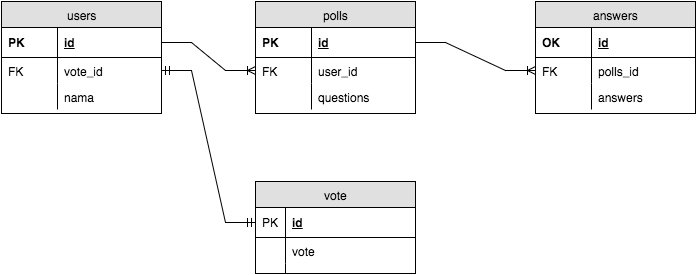
Above: polling_schema.png in blanford-fox-2016/schema-polling (draw.io), before the change. Source tidied: cells renumbered, new cells last; positions are measured from the earlier drawing's top-left corner, leaving out a move shared by most shapes. Its diagram source:
```xml
<mxGraphModel background="#ffffff">
  <root>
    <mxCell id="0" />
    <mxCell id="1" parent="0" />
    <mxCell id="2" value="users" style="swimlane;html=1;fontStyle=0;horizontal=1;startSize=26;fillColor=#e0e0e0;swimlaneFillColor=#ffffff;align=center;" parent="1" vertex="1">
      <mxGeometry width="160" height="112" as="geometry" />
    </mxCell>
    <mxCell id="3" value="id" style="shape=partialRectangle;top=0;left=0;right=0;bottom=1;html=1;align=left;verticalAlign=middle;fillColor=none;spacingLeft=60;spacingRight=4;whiteSpace=wrap;overflow=hidden;points=[[0,0.5],[1,0.5]];portConstraint=eastwest;fontStyle=5;" parent="2" vertex="1">
      <mxGeometry y="26" width="160" height="30" as="geometry" />
    </mxCell>
    <mxCell id="4" value="PK" style="shape=partialRectangle;fontStyle=1;top=0;left=0;bottom=0;html=1;fillColor=none;align=left;verticalAlign=middle;spacingLeft=4;spacingRight=4;whiteSpace=wrap;overflow=hidden;" parent="3" vertex="1">
      <mxGeometry width="56" height="30" as="geometry" />
    </mxCell>
    <mxCell id="5" value="vote_id" style="shape=partialRectangle;top=0;left=0;right=0;bottom=0;html=1;align=left;verticalAlign=top;fillColor=none;spacingLeft=60;spacingRight=4;whiteSpace=wrap;overflow=hidden;points=[[0,0.5],[1,0.5]];portConstraint=eastwest;" parent="2" vertex="1">
      <mxGeometry y="56" width="160" height="26" as="geometry" />
    </mxCell>
    <mxCell id="6" value="FK" style="shape=partialRectangle;top=0;left=0;bottom=0;html=1;fillColor=none;align=left;verticalAlign=top;spacingLeft=4;spacingRight=4;whiteSpace=wrap;overflow=hidden;" parent="5" vertex="1">
      <mxGeometry width="56" height="26" as="geometry" />
    </mxCell>
    <mxCell id="7" value="nama" style="shape=partialRectangle;top=0;left=0;right=0;bottom=0;html=1;align=left;verticalAlign=top;fillColor=none;spacingLeft=60;spacingRight=4;whiteSpace=wrap;overflow=hidden;" parent="2" vertex="1">
      <mxGeometry y="82" width="160" height="26" as="geometry" />
    </mxCell>
    <mxCell id="8" style="shape=partialRectangle;top=0;left=0;bottom=0;html=1;fillColor=none;align=left;verticalAlign=top;spacingLeft=4;spacingRight=4;whiteSpace=wrap;overflow=hidden;" parent="7" vertex="1">
      <mxGeometry width="56" height="26" as="geometry" />
    </mxCell>
    <mxCell id="9" value="polls" style="swimlane;html=1;fontStyle=0;horizontal=1;startSize=26;fillColor=#e0e0e0;swimlaneFillColor=#ffffff;align=center;" parent="1" vertex="1">
      <mxGeometry x="254" width="160" height="112" as="geometry" />
    </mxCell>
    <mxCell id="10" value="id" style="shape=partialRectangle;top=0;left=0;right=0;bottom=1;html=1;align=left;verticalAlign=middle;fillColor=none;spacingLeft=60;spacingRight=4;whiteSpace=wrap;overflow=hidden;points=[[0,0.5],[1,0.5]];portConstraint=eastwest;fontStyle=5;" parent="9" vertex="1">
      <mxGeometry y="26" width="160" height="30" as="geometry" />
    </mxCell>
    <mxCell id="11" value="PK" style="shape=partialRectangle;fontStyle=1;top=0;left=0;bottom=0;html=1;fillColor=none;align=left;verticalAlign=middle;spacingLeft=4;spacingRight=4;whiteSpace=wrap;overflow=hidden;" parent="10" vertex="1">
      <mxGeometry width="56" height="30" as="geometry" />
    </mxCell>
    <mxCell id="12" value="user_id" style="shape=partialRectangle;top=0;left=0;right=0;bottom=0;html=1;align=left;verticalAlign=top;fillColor=none;spacingLeft=60;spacingRight=4;whiteSpace=wrap;overflow=hidden;points=[[0,0.5],[1,0.5]];portConstraint=eastwest;" parent="9" vertex="1">
      <mxGeometry y="56" width="160" height="26" as="geometry" />
    </mxCell>
    <mxCell id="13" value="FK" style="shape=partialRectangle;top=0;left=0;bottom=0;html=1;fillColor=none;align=left;verticalAlign=top;spacingLeft=4;spacingRight=4;whiteSpace=wrap;overflow=hidden;" parent="12" vertex="1">
      <mxGeometry width="56" height="26" as="geometry" />
    </mxCell>
    <mxCell id="14" value="questions" style="shape=partialRectangle;top=0;left=0;right=0;bottom=0;html=1;align=left;verticalAlign=top;fillColor=none;spacingLeft=60;spacingRight=4;whiteSpace=wrap;overflow=hidden;" parent="9" vertex="1">
      <mxGeometry y="82" width="160" height="26" as="geometry" />
    </mxCell>
    <mxCell id="15" style="shape=partialRectangle;top=0;left=0;bottom=0;html=1;fillColor=none;align=left;verticalAlign=top;spacingLeft=4;spacingRight=4;whiteSpace=wrap;overflow=hidden;" parent="14" vertex="1">
      <mxGeometry width="56" height="26" as="geometry" />
    </mxCell>
    <mxCell id="16" style="edgeStyle=entityRelationEdgeStyle;rounded=0;html=1;exitX=1;exitY=0.5;entryX=0;entryY=0.5;startArrow=none;startFill=0;endArrow=ERoneToMany;endFill=0;jettySize=auto;" parent="1" edge="1" source="3" target="12">
      <mxGeometry relative="1" as="geometry" />
    </mxCell>
    <mxCell id="17" value="answers" style="swimlane;html=1;fontStyle=0;horizontal=1;startSize=26;fillColor=#e0e0e0;swimlaneFillColor=#ffffff;align=center;" parent="1" vertex="1">
      <mxGeometry x="534" width="160" height="112" as="geometry" />
    </mxCell>
    <mxCell id="18" value="id" style="shape=partialRectangle;top=0;left=0;right=0;bottom=1;html=1;align=left;verticalAlign=middle;fillColor=none;spacingLeft=60;spacingRight=4;whiteSpace=wrap;overflow=hidden;fontStyle=5;" parent="17" vertex="1">
      <mxGeometry y="26" width="160" height="30" as="geometry" />
    </mxCell>
    <mxCell id="19" value="OK" style="shape=partialRectangle;fontStyle=1;top=0;left=0;bottom=0;html=1;fillColor=none;align=left;verticalAlign=middle;spacingLeft=4;spacingRight=4;whiteSpace=wrap;overflow=hidden;" parent="18" vertex="1">
      <mxGeometry width="56" height="30" as="geometry" />
    </mxCell>
    <mxCell id="20" value="polls_id" style="shape=partialRectangle;top=0;left=0;right=0;bottom=0;html=1;align=left;verticalAlign=top;fillColor=none;spacingLeft=60;spacingRight=4;whiteSpace=wrap;overflow=hidden;points=[[0,0.5],[1,0.5]];portConstraint=eastwest;" parent="17" vertex="1">
      <mxGeometry y="56" width="160" height="26" as="geometry" />
    </mxCell>
    <mxCell id="21" value="FK" style="shape=partialRectangle;top=0;left=0;bottom=0;html=1;fillColor=none;align=left;verticalAlign=top;spacingLeft=4;spacingRight=4;whiteSpace=wrap;overflow=hidden;" parent="20" vertex="1">
      <mxGeometry width="56" height="26" as="geometry" />
    </mxCell>
    <mxCell id="22" value="answers" style="shape=partialRectangle;top=0;left=0;right=0;bottom=0;html=1;align=left;verticalAlign=top;fillColor=none;spacingLeft=60;spacingRight=4;whiteSpace=wrap;overflow=hidden;" parent="17" vertex="1">
      <mxGeometry y="82" width="160" height="26" as="geometry" />
    </mxCell>
    <mxCell id="23" style="shape=partialRectangle;top=0;left=0;bottom=0;html=1;fillColor=none;align=left;verticalAlign=top;spacingLeft=4;spacingRight=4;whiteSpace=wrap;overflow=hidden;" parent="22" vertex="1">
      <mxGeometry width="56" height="26" as="geometry" />
    </mxCell>
    <mxCell id="24" style="edgeStyle=entityRelationEdgeStyle;rounded=0;html=1;exitX=1;exitY=0.5;entryX=0;entryY=0.5;startArrow=none;startFill=0;endArrow=ERoneToMany;endFill=0;jettySize=auto;" parent="1" edge="1" source="10" target="20">
      <mxGeometry relative="1" as="geometry" />
    </mxCell>
    <mxCell id="25" value="vote" style="swimlane;html=1;fontStyle=0;horizontal=1;startSize=26;fillColor=#e0e0e0;swimlaneFillColor=#ffffff;align=center;" parent="1" vertex="1">
      <mxGeometry x="254" y="180" width="160" height="92" as="geometry" />
    </mxCell>
    <mxCell id="26" value="id" style="shape=partialRectangle;top=0;left=0;right=0;bottom=1;html=1;align=left;verticalAlign=middle;fillColor=none;spacingLeft=34;spacingRight=4;whiteSpace=wrap;overflow=hidden;points=[[0,0.5],[1,0.5]];portConstraint=eastwest;fontStyle=5;" parent="25" vertex="1">
      <mxGeometry y="26" width="160" height="30" as="geometry" />
    </mxCell>
    <mxCell id="27" value="PK" style="shape=partialRectangle;top=0;left=0;bottom=0;html=1;fillColor=none;align=left;verticalAlign=middle;spacingLeft=4;spacingRight=4;whiteSpace=wrap;overflow=hidden;" parent="26" vertex="1">
      <mxGeometry width="30" height="30" as="geometry" />
    </mxCell>
    <mxCell id="28" value="vote" style="shape=partialRectangle;top=0;left=0;right=0;bottom=0;html=1;align=left;verticalAlign=top;fillColor=none;spacingLeft=34;spacingRight=4;whiteSpace=wrap;overflow=hidden;" parent="25" vertex="1">
      <mxGeometry y="56" width="160" height="26" as="geometry" />
    </mxCell>
    <mxCell id="29" style="shape=partialRectangle;top=0;left=0;bottom=0;html=1;fillColor=none;align=left;verticalAlign=top;spacingLeft=4;spacingRight=4;whiteSpace=wrap;overflow=hidden;" parent="28" vertex="1">
      <mxGeometry width="30" height="26" as="geometry" />
    </mxCell>
    <mxCell id="30" style="shape=partialRectangle;top=0;left=0;right=0;bottom=0;html=1;align=left;verticalAlign=top;fillColor=none;spacingLeft=34;spacingRight=4;whiteSpace=wrap;overflow=hidden;" parent="25" vertex="1">
      <mxGeometry y="82" width="160" height="10" as="geometry" />
    </mxCell>
    <mxCell id="31" style="shape=partialRectangle;top=0;left=0;bottom=0;html=1;fillColor=none;align=left;verticalAlign=top;spacingLeft=4;spacingRight=4;whiteSpace=wrap;overflow=hidden;" parent="30" vertex="1">
      <mxGeometry width="30" height="10" as="geometry" />
    </mxCell>
    <mxCell id="32" style="edgeStyle=entityRelationEdgeStyle;rounded=0;html=1;exitX=1;exitY=0.5;entryX=0;entryY=0.5;startArrow=ERmandOne;startFill=0;endArrow=ERmandOne;endFill=0;jettySize=auto;" parent="1" edge="1" source="5" target="26">
      <mxGeometry relative="1" as="geometry" />
    </mxCell>
  </root>
</mxGraphModel>
```
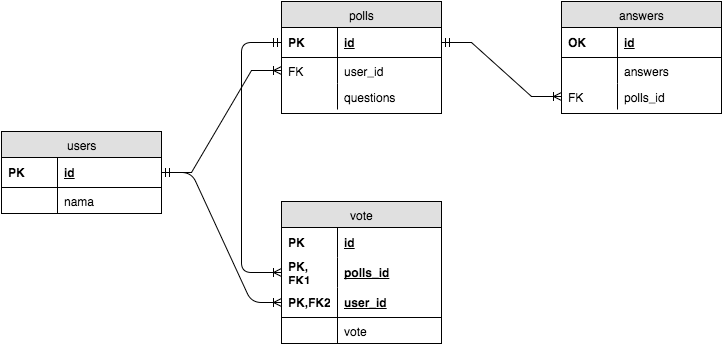
After the commit.

Commit message:
update schema polling

What changed in the source:
```diff
@@ -3,7 +3,7 @@
     <mxCell id="0" />
     <mxCell id="1" parent="0" />
     <mxCell id="2" value="users" style="swimlane;html=1;fontStyle=0;horizontal=1;startSize=26;fillColor=#e0e0e0;swimlaneFillColor=#ffffff;align=center;" parent="1" vertex="1">
-      <mxGeometry width="160" height="112" as="geometry" />
+      <mxGeometry x="-26" y="130" width="160" height="82" as="geometry" />
     </mxCell>
     <mxCell id="3" value="id" style="shape=partialRectangle;top=0;left=0;right=0;bottom=1;html=1;align=left;verticalAlign=middle;fillColor=none;spacingLeft=60;spacingRight=4;whiteSpace=wrap;overflow=hidden;points=[[0,0.5],[1,0.5]];portConstraint=eastwest;fontStyle=5;" parent="2" vertex="1">
       <mxGeometry y="26" width="160" height="30" as="geometry" />
@@ -11,14 +11,8 @@
     <mxCell id="4" value="PK" style="shape=partialRectangle;fontStyle=1;top=0;left=0;bottom=0;html=1;fillColor=none;align=left;verticalAlign=middle;spacingLeft=4;spacingRight=4;whiteSpace=wrap;overflow=hidden;" parent="3" vertex="1">
       <mxGeometry width="56" height="30" as="geometry" />
     </mxCell>
-    <mxCell id="5" value="vote_id" style="shape=partialRectangle;top=0;left=0;right=0;bottom=0;html=1;align=left;verticalAlign=top;fillColor=none;spacingLeft=60;spacingRight=4;whiteSpace=wrap;overflow=hidden;points=[[0,0.5],[1,0.5]];portConstraint=eastwest;" parent="2" vertex="1">
-      <mxGeometry y="56" width="160" height="26" as="geometry" />
-    </mxCell>
-    <mxCell id="6" value="FK" style="shape=partialRectangle;top=0;left=0;bottom=0;html=1;fillColor=none;align=left;verticalAlign=top;spacingLeft=4;spacingRight=4;whiteSpace=wrap;overflow=hidden;" parent="5" vertex="1">
-      <mxGeometry width="56" height="26" as="geometry" />
-    </mxCell>
     <mxCell id="7" value="nama" style="shape=partialRectangle;top=0;left=0;right=0;bottom=0;html=1;align=left;verticalAlign=top;fillColor=none;spacingLeft=60;spacingRight=4;whiteSpace=wrap;overflow=hidden;" parent="2" vertex="1">
-      <mxGeometry y="82" width="160" height="26" as="geometry" />
+      <mxGeometry y="56" width="160" height="26" as="geometry" />
     </mxCell>
     <mxCell id="8" style="shape=partialRectangle;top=0;left=0;bottom=0;html=1;fillColor=none;align=left;verticalAlign=top;spacingLeft=4;spacingRight=4;whiteSpace=wrap;overflow=hidden;" parent="7" vertex="1">
       <mxGeometry width="56" height="26" as="geometry" />
@@ -44,7 +38,7 @@
     <mxCell id="15" style="shape=partialRectangle;top=0;left=0;bottom=0;html=1;fillColor=none;align=left;verticalAlign=top;spacingLeft=4;spacingRight=4;whiteSpace=wrap;overflow=hidden;" parent="14" vertex="1">
       <mxGeometry width="56" height="26" as="geometry" />
     </mxCell>
-    <mxCell id="16" style="edgeStyle=entityRelationEdgeStyle;rounded=0;html=1;exitX=1;exitY=0.5;entryX=0;entryY=0.5;startArrow=none;startFill=0;endArrow=ERoneToMany;endFill=0;jettySize=auto;" parent="1" edge="1" source="3" target="12">
+    <mxCell id="16" style="edgeStyle=entityRelationEdgeStyle;rounded=0;html=1;exitX=1;exitY=0.5;entryX=0;entryY=0.5;startArrow=ERmandOne;startFill=0;endArrow=ERoneToMany;endFill=0;jettySize=auto;" parent="1" edge="1" source="3" target="12">
       <mxGeometry relative="1" as="geometry" />
     </mxCell>
     <mxCell id="17" value="answers" style="swimlane;html=1;fontStyle=0;horizontal=1;startSize=26;fillColor=#e0e0e0;swimlaneFillColor=#ffffff;align=center;" parent="1" vertex="1">
@@ -56,44 +50,58 @@
     <mxCell id="19" value="OK" style="shape=partialRectangle;fontStyle=1;top=0;left=0;bottom=0;html=1;fillColor=none;align=left;verticalAlign=middle;spacingLeft=4;spacingRight=4;whiteSpace=wrap;overflow=hidden;" parent="18" vertex="1">
       <mxGeometry width="56" height="30" as="geometry" />
     </mxCell>
+    <mxCell id="22" value="answers" style="shape=partialRectangle;top=0;left=0;right=0;bottom=0;html=1;align=left;verticalAlign=top;fillColor=none;spacingLeft=60;spacingRight=4;whiteSpace=wrap;overflow=hidden;" parent="17" vertex="1">
+      <mxGeometry y="56" width="160" height="26" as="geometry" />
+    </mxCell>
+    <mxCell id="23" style="shape=partialRectangle;top=0;left=0;bottom=0;html=1;fillColor=none;align=left;verticalAlign=top;spacingLeft=4;spacingRight=4;whiteSpace=wrap;overflow=hidden;" parent="22" vertex="1">
+      <mxGeometry width="56" height="26" as="geometry" />
+    </mxCell>
     <mxCell id="20" value="polls_id" style="shape=partialRectangle;top=0;left=0;right=0;bottom=0;html=1;align=left;verticalAlign=top;fillColor=none;spacingLeft=60;spacingRight=4;whiteSpace=wrap;overflow=hidden;points=[[0,0.5],[1,0.5]];portConstraint=eastwest;" parent="17" vertex="1">
-      <mxGeometry y="56" width="160" height="26" as="geometry" />
+      <mxGeometry y="82" width="160" height="26" as="geometry" />
     </mxCell>
     <mxCell id="21" value="FK" style="shape=partialRectangle;top=0;left=0;bottom=0;html=1;fillColor=none;align=left;verticalAlign=top;spacingLeft=4;spacingRight=4;whiteSpace=wrap;overflow=hidden;" parent="20" vertex="1">
       <mxGeometry width="56" height="26" as="geometry" />
     </mxCell>
-    <mxCell id="22" value="answers" style="shape=partialRectangle;top=0;left=0;right=0;bottom=0;html=1;align=left;verticalAlign=top;fillColor=none;spacingLeft=60;spacingRight=4;whiteSpace=wrap;overflow=hidden;" parent="17" vertex="1">
-      <mxGeometry y="82" width="160" height="26" as="geometry" />
-    </mxCell>
-    <mxCell id="23" style="shape=partialRectangle;top=0;left=0;bottom=0;html=1;fillColor=none;align=left;verticalAlign=top;spacingLeft=4;spacingRight=4;whiteSpace=wrap;overflow=hidden;" parent="22" vertex="1">
-      <mxGeometry width="56" height="26" as="geometry" />
-    </mxCell>
-    <mxCell id="24" style="edgeStyle=entityRelationEdgeStyle;rounded=0;html=1;exitX=1;exitY=0.5;entryX=0;entryY=0.5;startArrow=none;startFill=0;endArrow=ERoneToMany;endFill=0;jettySize=auto;" parent="1" edge="1" source="10" target="20">
+    <mxCell id="24" style="edgeStyle=entityRelationEdgeStyle;rounded=0;html=1;exitX=1;exitY=0.5;entryX=0;entryY=0.5;startArrow=ERmandOne;startFill=0;endArrow=ERoneToMany;endFill=0;jettySize=auto;" parent="1" edge="1" source="10" target="20">
       <mxGeometry relative="1" as="geometry" />
     </mxCell>
     <mxCell id="25" value="vote" style="swimlane;html=1;fontStyle=0;horizontal=1;startSize=26;fillColor=#e0e0e0;swimlaneFillColor=#ffffff;align=center;" parent="1" vertex="1">
-      <mxGeometry x="254" y="180" width="160" height="92" as="geometry" />
+      <mxGeometry x="254" y="200" width="160" height="142" as="geometry" />
     </mxCell>
-    <mxCell id="26" value="id" style="shape=partialRectangle;top=0;left=0;right=0;bottom=1;html=1;align=left;verticalAlign=middle;fillColor=none;spacingLeft=34;spacingRight=4;whiteSpace=wrap;overflow=hidden;points=[[0,0.5],[1,0.5]];portConstraint=eastwest;fontStyle=5;" parent="25" vertex="1">
+    <mxCell id="26" value="id" style="shape=partialRectangle;top=0;left=0;right=0;bottom=0;html=1;align=left;verticalAlign=middle;fillColor=none;spacingLeft=60;spacingRight=4;whiteSpace=wrap;overflow=hidden;points=[[0,0.5],[1,0.5]];portConstraint=eastwest;fontStyle=5;" parent="25" vertex="1">
       <mxGeometry y="26" width="160" height="30" as="geometry" />
     </mxCell>
-    <mxCell id="27" value="PK" style="shape=partialRectangle;top=0;left=0;bottom=0;html=1;fillColor=none;align=left;verticalAlign=middle;spacingLeft=4;spacingRight=4;whiteSpace=wrap;overflow=hidden;" parent="26" vertex="1">
-      <mxGeometry width="30" height="30" as="geometry" />
+    <mxCell id="27" value="PK" style="shape=partialRectangle;fontStyle=1;top=0;left=0;bottom=0;html=1;fillColor=none;align=left;verticalAlign=middle;spacingLeft=4;spacingRight=4;whiteSpace=wrap;overflow=hidden;" parent="26" vertex="1">
+      <mxGeometry width="56" height="30" as="geometry" />
     </mxCell>
+    <mxCell id="33" value="polls_id" style="shape=partialRectangle;top=0;left=0;right=0;bottom=0;html=1;align=left;verticalAlign=middle;fillColor=none;spacingLeft=60;spacingRight=4;whiteSpace=wrap;overflow=hidden;points=[[0,0.5],[1,0.5]];portConstraint=eastwest;fontStyle=5;" parent="25" vertex="1">
+      <mxGeometry y="56" width="160" height="30" as="geometry" />
+    </mxCell>
+    <mxCell id="34" value="PK, FK1" style="shape=partialRectangle;fontStyle=1;top=0;left=0;bottom=0;html=1;fillColor=none;align=left;verticalAlign=middle;spacingLeft=4;spacingRight=4;whiteSpace=wrap;overflow=hidden;" parent="33" vertex="1">
+      <mxGeometry width="56" height="30" as="geometry" />
+    </mxCell>
+    <mxCell id="35" value="user_id" style="shape=partialRectangle;top=0;left=0;right=0;bottom=1;html=1;align=left;verticalAlign=middle;fillColor=none;spacingLeft=60;spacingRight=4;whiteSpace=wrap;overflow=hidden;points=[[0,0.5],[1,0.5]];portConstraint=eastwest;fontStyle=5;" parent="25" vertex="1">
+      <mxGeometry y="86" width="160" height="30" as="geometry" />
+    </mxCell>
+    <mxCell id="36" value="PK,FK2" style="shape=partialRectangle;fontStyle=1;top=0;left=0;bottom=0;html=1;fillColor=none;align=left;verticalAlign=middle;spacingLeft=4;spacingRight=4;whiteSpace=wrap;overflow=hidden;" parent="35" vertex="1">
+      <mxGeometry width="56" height="30" as="geometry" />
+    </mxCell>
-    <mxCell id="28" value="vote" style="shape=partialRectangle;top=0;left=0;right=0;bottom=0;html=1;align=left;verticalAlign=top;fillColor=none;spacingLeft=34;spacingRight=4;whiteSpace=wrap;overflow=hidden;" parent="25" vertex="1">
-      <mxGeometry y="56" width="160" height="26" as="geometry" />
+    <mxCell id="28" value="vote" style="shape=partialRectangle;top=0;left=0;right=0;bottom=0;html=1;align=left;verticalAlign=top;fillColor=none;spacingLeft=60;spacingRight=4;whiteSpace=wrap;overflow=hidden;" parent="25" vertex="1">
+      <mxGeometry y="116" width="160" height="26" as="geometry" />
     </mxCell>
-    <mxCell id="29" style="shape=partialRectangle;top=0;left=0;bottom=0;html=1;fillColor=none;align=left;verticalAlign=top;spacingLeft=4;spacingRight=4;whiteSpace=wrap;overflow=hidden;" parent="28" vertex="1">
-      <mxGeometry width="30" height="26" as="geometry" />
-    </mxCell>
-    <mxCell id="30" style="shape=partialRectangle;top=0;left=0;right=0;bottom=0;html=1;align=left;verticalAlign=top;fillColor=none;spacingLeft=34;spacingRight=4;whiteSpace=wrap;overflow=hidden;" parent="25" vertex="1">
-      <mxGeometry y="82" width="160" height="10" as="geometry" />
-    </mxCell>
-    <mxCell id="31" style="shape=partialRectangle;top=0;left=0;bottom=0;html=1;fillColor=none;align=left;verticalAlign=top;spacingLeft=4;spacingRight=4;whiteSpace=wrap;overflow=hidden;" parent="30" vertex="1">
-      <mxGeometry width="30" height="10" as="geometry" />
-    </mxCell>
-    <mxCell id="32" style="edgeStyle=entityRelationEdgeStyle;rounded=0;html=1;exitX=1;exitY=0.5;entryX=0;entryY=0.5;startArrow=ERmandOne;startFill=0;endArrow=ERmandOne;endFill=0;jettySize=auto;" parent="1" edge="1" source="5" target="26">
-      <mxGeometry relative="1" as="geometry" />
-    </mxCell>
+    <mxCell id="37" style="shape=partialRectangle;top=0;left=0;bottom=0;html=1;fillColor=none;align=left;verticalAlign=top;spacingLeft=4;spacingRight=4;whiteSpace=wrap;overflow=hidden;" parent="28" vertex="1">
+      <mxGeometry width="56" height="26" as="geometry" />
+    </mxCell>
+    <mxCell id="38" style="edgeStyle=entityRelationEdgeStyle;html=1;endArrow=ERoneToMany;startArrow=ERmandOne;exitX=1;exitY=0.5;entryX=0;entryY=0.5;" parent="1" edge="1" source="3" target="35">
+      <mxGeometry relative="1" as="geometry" />
+    </mxCell>
+    <mxCell id="39" style="edgeStyle=orthogonalEdgeStyle;html=1;endArrow=ERmandOne;startArrow=ERoneToMany;entryX=0;entryY=0.5;exitX=0;exitY=0.5;startFill=0;endFill=0;" parent="1" edge="1" source="33" target="10">
+      <mxGeometry relative="1" as="geometry">
+        <Array as="points">
+          <mxPoint x="214" y="271" />
+          <mxPoint x="214" y="41" />
+        </Array>
+      </mxGeometry>
+    </mxCell>
   </root>
 </mxGraphModel>
```
